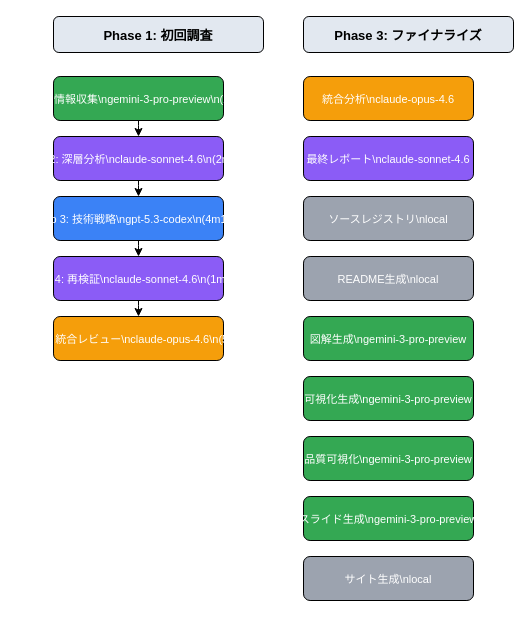
This is quality/flow.drawio from ledboots624/spider-tetsu-research, a draw.io file, before an edit. Source tidied: cells renumbered, new cells numbered last; positions are measured from the earlier drawing's top-left corner, leaving out a move shared by most shapes. Both pictures are drawn from the tidied source at 100%, with x=0, y=0 at pixel (53, 16).
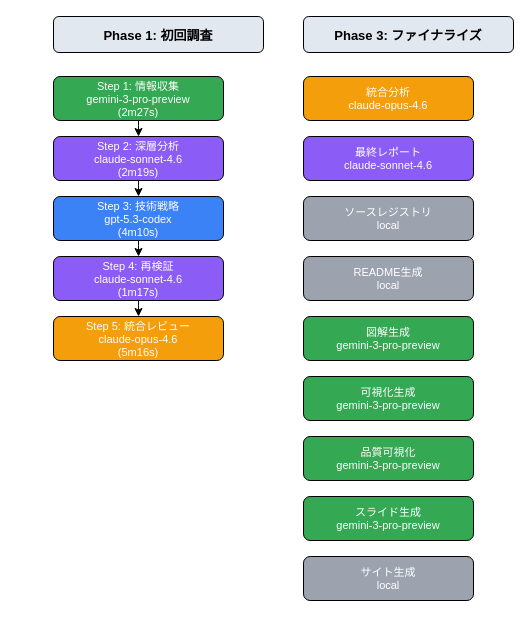
After the change.

Commit message (it also covers changes not shown here):
fix: フロー図の改行コード修正

Change to the diagram source:
```diff
@@
-    <mxCell id="3" value="Step 1: 情報収集\ngemini-3-pro-preview\n(2m27s)" style="rounded=1;fillColor=#34a853;fontColor=#ffffff;fontSize=11;" parent="1" vertex="1">
+    <mxCell id="3" value="Step 1: 情報収集&#10;gemini-3-pro-preview&#10;(2m27s)" style="rounded=1;fillColor=#34a853;fontColor=#ffffff;fontSize=11;" parent="1" vertex="1">
       <mxGeometry y="60" width="170" height="44" as="geometry" />
     </mxCell>
-    <mxCell id="4" value="Step 2: 深層分析\nclaude-sonnet-4.6\n(2m19s)" style="rounded=1;fillColor=#8b5cf6;fontColor=#ffffff;fontSize=11;" parent="1" vertex="1">
+    <mxCell id="4" value="Step 2: 深層分析&#10;claude-sonnet-4.6&#10;(2m19s)" style="rounded=1;fillColor=#8b5cf6;fontColor=#ffffff;fontSize=11;" parent="1" vertex="1">
       <mxGeometry y="120" width="170" height="44" as="geometry" />
     </mxCell>
-    <mxCell id="5" value="Step 3: 技術戦略\ngpt-5.3-codex\n(4m10s)" style="rounded=1;fillColor=#3b82f6;fontColor=#ffffff;fontSize=11;" parent="1" vertex="1">
+    <mxCell id="5" value="Step 3: 技術戦略&#10;gpt-5.3-codex&#10;(4m10s)" style="rounded=1;fillColor=#3b82f6;fontColor=#ffffff;fontSize=11;" parent="1" vertex="1">
       <mxGeometry y="180" width="170" height="44" as="geometry" />
     </mxCell>
-    <mxCell id="6" value="Step 4: 再検証\nclaude-sonnet-4.6\n(1m17s)" style="rounded=1;fillColor=#8b5cf6;fontColor=#ffffff;fontSize=11;" parent="1" vertex="1">
+    <mxCell id="6" value="Step 4: 再検証&#10;claude-sonnet-4.6&#10;(1m17s)" style="rounded=1;fillColor=#8b5cf6;fontColor=#ffffff;fontSize=11;" parent="1" vertex="1">
       <mxGeometry y="240" width="170" height="44" as="geometry" />
     </mxCell>
-    <mxCell id="7" value="Step 5: 統合レビュー\nclaude-opus-4.6\n(5m16s)" style="rounded=1;fillColor=#f59e0b;fontColor=#ffffff;fontSize=11;" parent="1" vertex="1">
+    <mxCell id="7" value="Step 5: 統合レビュー&#10;claude-opus-4.6&#10;(5m16s)" style="rounded=1;fillColor=#f59e0b;fontColor=#ffffff;fontSize=11;" parent="1" vertex="1">
       <mxGeometry y="300" width="170" height="44" as="geometry" />
     </mxCell>
@@
-    <mxCell id="9" value="統合分析\nclaude-opus-4.6" style="rounded=1;fillColor=#f59e0b;fontColor=#ffffff;fontSize=11;" parent="1" vertex="1">
+    <mxCell id="9" value="統合分析&#10;claude-opus-4.6" style="rounded=1;fillColor=#f59e0b;fontColor=#ffffff;fontSize=11;" parent="1" vertex="1">
       <mxGeometry x="250" y="60" width="170" height="44" as="geometry" />
     </mxCell>
-    <mxCell id="10" value="最終レポート\nclaude-sonnet-4.6" style="rounded=1;fillColor=#8b5cf6;fontColor=#ffffff;fontSize=11;" parent="1" vertex="1">
+    <mxCell id="10" value="最終レポート&#10;claude-sonnet-4.6" style="rounded=1;fillColor=#8b5cf6;fontColor=#ffffff;fontSize=11;" parent="1" vertex="1">
       <mxGeometry x="250" y="120" width="170" height="44" as="geometry" />
     </mxCell>
-    <mxCell id="11" value="ソースレジストリ\nlocal" style="rounded=1;fillColor=#9ca3af;fontColor=#ffffff;fontSize=11;" parent="1" vertex="1">
+    <mxCell id="11" value="ソースレジストリ&#10;local" style="rounded=1;fillColor=#9ca3af;fontColor=#ffffff;fontSize=11;" parent="1" vertex="1">
       <mxGeometry x="250" y="180" width="170" height="44" as="geometry" />
     </mxCell>
-    <mxCell id="12" value="README生成\nlocal" style="rounded=1;fillColor=#9ca3af;fontColor=#ffffff;fontSize=11;" parent="1" vertex="1">
+    <mxCell id="12" value="README生成&#10;local" style="rounded=1;fillColor=#9ca3af;fontColor=#ffffff;fontSize=11;" parent="1" vertex="1">
       <mxGeometry x="250" y="240" width="170" height="44" as="geometry" />
     </mxCell>
-    <mxCell id="13" value="図解生成\ngemini-3-pro-preview" style="rounded=1;fillColor=#34a853;fontColor=#ffffff;fontSize=11;" parent="1" vertex="1">
+    <mxCell id="13" value="図解生成&#10;gemini-3-pro-preview" style="rounded=1;fillColor=#34a853;fontColor=#ffffff;fontSize=11;" parent="1" vertex="1">
       <mxGeometry x="250" y="300" width="170" height="44" as="geometry" />
     </mxCell>
-    <mxCell id="14" value="可視化生成\ngemini-3-pro-preview" style="rounded=1;fillColor=#34a853;fontColor=#ffffff;fontSize=11;" parent="1" vertex="1">
+    <mxCell id="14" value="可視化生成&#10;gemini-3-pro-preview" style="rounded=1;fillColor=#34a853;fontColor=#ffffff;fontSize=11;" parent="1" vertex="1">
       <mxGeometry x="250" y="360" width="170" height="44" as="geometry" />
     </mxCell>
-    <mxCell id="15" value="品質可視化\ngemini-3-pro-preview" style="rounded=1;fillColor=#34a853;fontColor=#ffffff;fontSize=11;" parent="1" vertex="1">
+    <mxCell id="15" value="品質可視化&#10;gemini-3-pro-preview" style="rounded=1;fillColor=#34a853;fontColor=#ffffff;fontSize=11;" parent="1" vertex="1">
       <mxGeometry x="250" y="420" width="170" height="44" as="geometry" />
     </mxCell>
-    <mxCell id="16" value="スライド生成\ngemini-3-pro-preview" style="rounded=1;fillColor=#34a853;fontColor=#ffffff;fontSize=11;" parent="1" vertex="1">
+    <mxCell id="16" value="スライド生成&#10;gemini-3-pro-preview" style="rounded=1;fillColor=#34a853;fontColor=#ffffff;fontSize=11;" parent="1" vertex="1">
       <mxGeometry x="250" y="480" width="170" height="44" as="geometry" />
     </mxCell>
-    <mxCell id="17" value="サイト生成\nlocal" style="rounded=1;fillColor=#9ca3af;fontColor=#ffffff;fontSize=11;" parent="1" vertex="1">
+    <mxCell id="17" value="サイト生成&#10;local" style="rounded=1;fillColor=#9ca3af;fontColor=#ffffff;fontSize=11;" parent="1" vertex="1">
       <mxGeometry x="250" y="540" width="170" height="44" as="geometry" />
     </mxCell>
```
